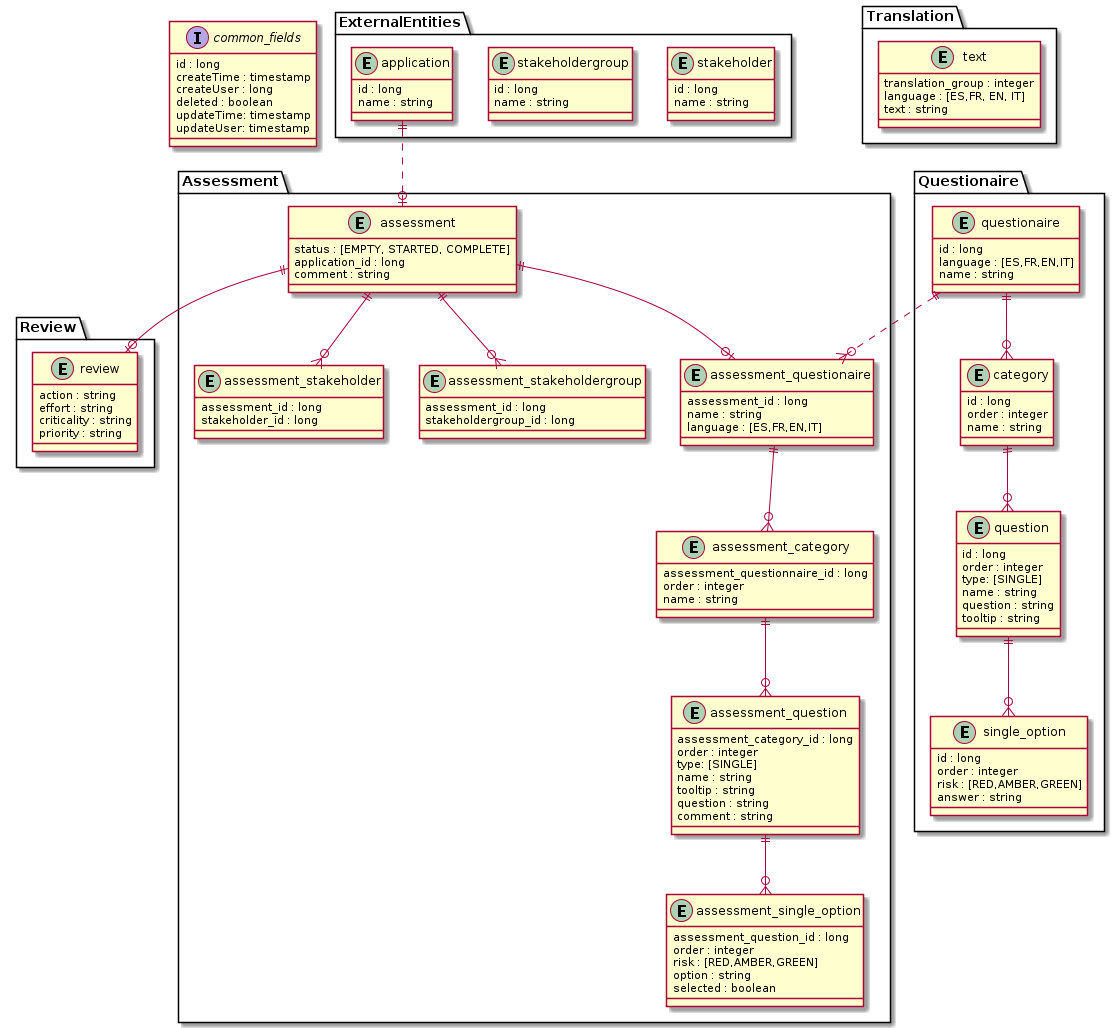
This is doc/diagrams/out/Model.png from konveyor/tackle-pathfinder, a PlantUML export, as it was before one commit.
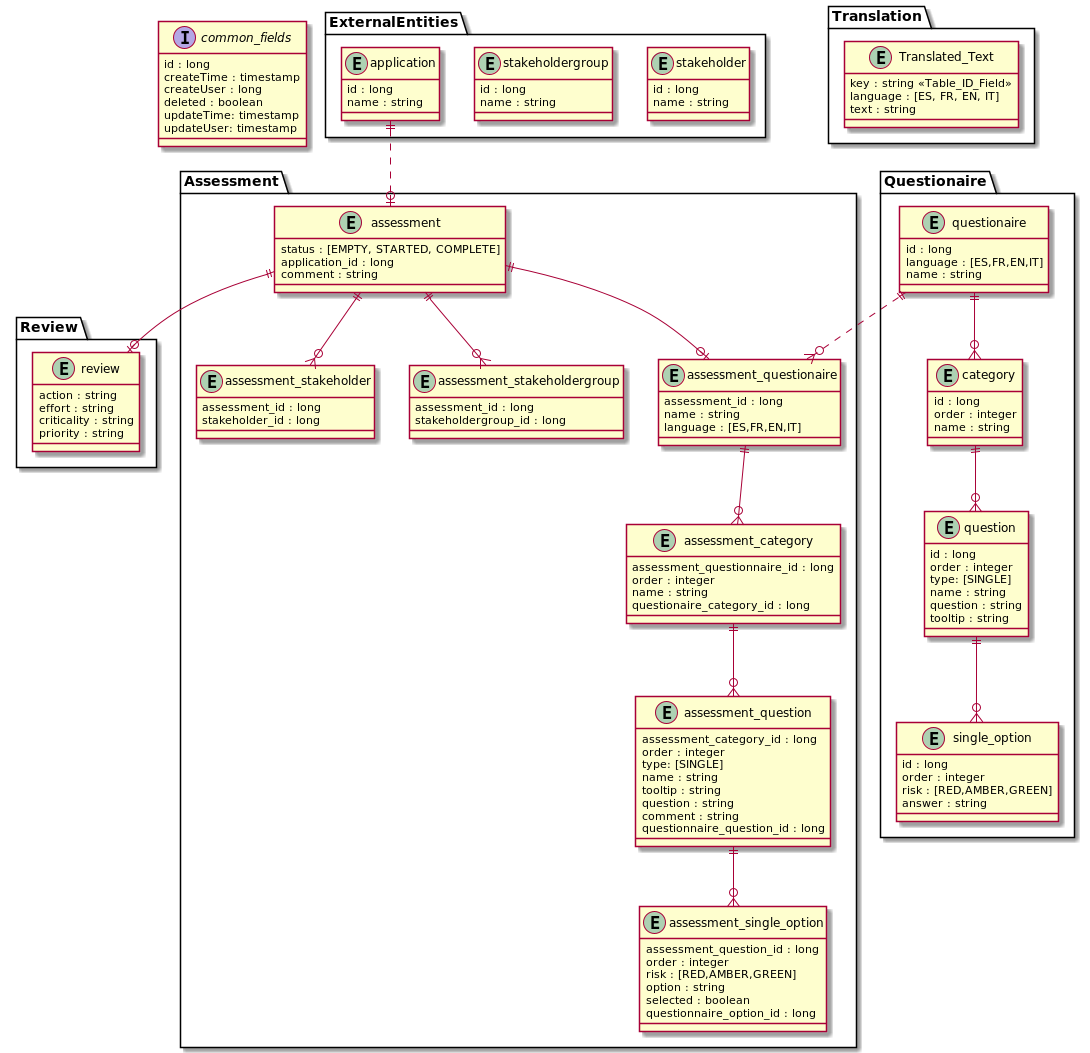
Later version of the same file.

Change to the diagram source:
```diff
@@ -39,6 +39,7 @@
         assessment_questionnaire_id : long
         order : integer
         name : string
+        questionaire_category_id : long
     }
     entity assessment_question {
         assessment_category_id : long
@@ -48,6 +49,7 @@
         tooltip : string
         question : string
         comment : string
+        questionnaire_question_id : long
     }
 
     entity assessment_single_option {
@@ -56,6 +58,7 @@
         risk : [RED,AMBER,GREEN]
         option : string
         selected : boolean
+        questionnaire_option_id : long
     }
 
     entity assessment_stakeholder {
@@ -113,9 +116,9 @@
 }
 
 package Translation {
-    entity text {
-        translation_group : integer
-        language : [ES,FR, EN, IT]
+    entity Translated_Text {
+        key : string <<Table_ID_Field>>
+        language : [ES, FR, EN, IT]
         text : string
     }
 }
```
